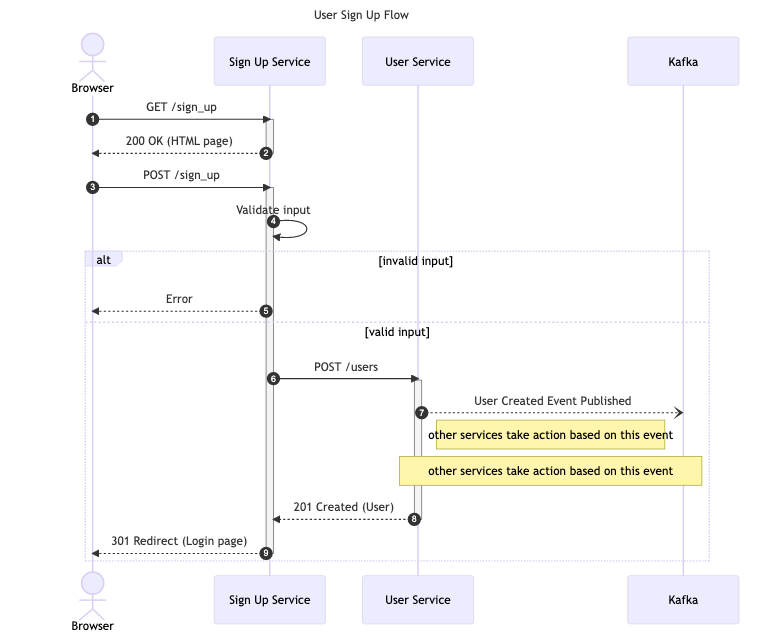
The Mermaid diagram StreamySequence.png in cristian658/mermaid-diagram, before a commit. Its source is kept beside it as StreamySequence.mmd.
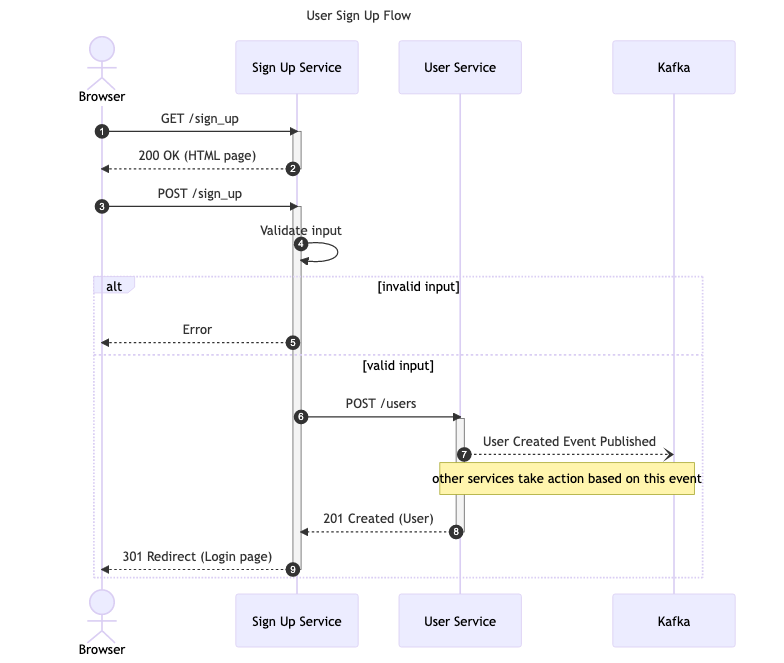
Above is the later version.

Commit message:
Sequence Diagram - Link

Change to the diagram source:
```diff
@@ -21,9 +21,10 @@
   else valid input
     Sign Up Service->>+User Service: POST /users
     User Service--)Kafka: User Created Event Published
-    Note left of Kafka: other services take action based on this event
     Note over User Service, Kafka: other services take action based on this event
     User Service-->>-Sign Up Service: 201 Created (User)
     Sign Up Service-->>-Browser: 301 Redirect (Login page)
   end
 
+
+  link User Service: {"Repository" : "https://www.example.com/repository"}
```
